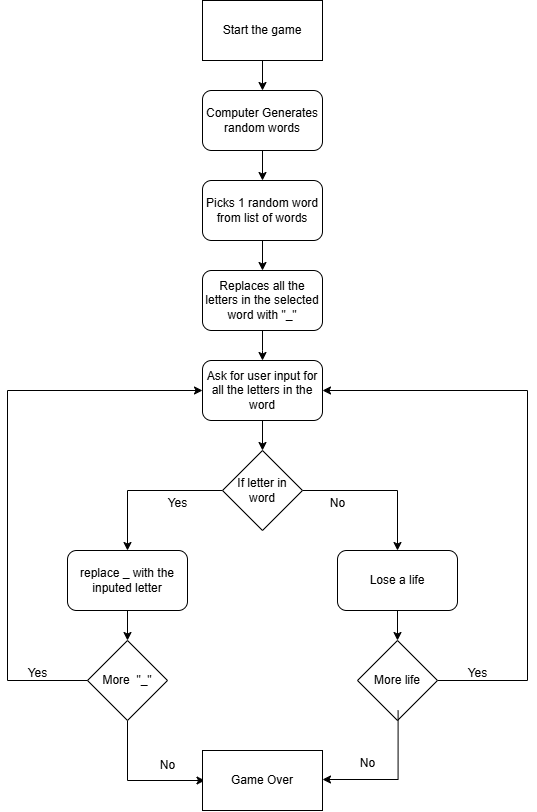
AnoopGeorge418/Python-Projects keeps this draw.io diagram as Hangman/Hangman.drawio.png. Above is the earlier version. Source tidied: cells renumbered, new cells last; positions are measured from the earlier drawing's top-left corner, leaving out a move shared by most shapes. Its diagram source:
```xml
<mxGraphModel>
  <root>
    <mxCell id="0" />
    <mxCell id="1" parent="0" />
    <mxCell id="2" style="edgeStyle=orthogonalEdgeStyle;rounded=0;jettySize=auto;html=1;" parent="1" edge="1" source="3" target="5">
      <mxGeometry relative="1" as="geometry" />
    </mxCell>
    <mxCell id="3" value="Start the game" style="rounded=0;whiteSpace=wrap;html=1;" parent="1" vertex="1">
      <mxGeometry x="195" width="120" height="60" as="geometry" />
    </mxCell>
    <mxCell id="4" style="edgeStyle=orthogonalEdgeStyle;rounded=0;jettySize=auto;html=1;" parent="1" edge="1" source="5" target="7">
      <mxGeometry relative="1" as="geometry" />
    </mxCell>
    <mxCell id="5" value="Computer Generates random words" style="rounded=1;whiteSpace=wrap;html=1;" parent="1" vertex="1">
      <mxGeometry x="195" y="90" width="120" height="60" as="geometry" />
    </mxCell>
    <mxCell id="6" style="edgeStyle=orthogonalEdgeStyle;rounded=0;jettySize=auto;html=1;" parent="1" edge="1" source="7" target="9">
      <mxGeometry relative="1" as="geometry" />
    </mxCell>
    <mxCell id="7" value="Picks 1 random word from list of words" style="rounded=1;whiteSpace=wrap;html=1;" parent="1" vertex="1">
      <mxGeometry x="195" y="180" width="120" height="60" as="geometry" />
    </mxCell>
    <mxCell id="8" style="edgeStyle=orthogonalEdgeStyle;rounded=0;jettySize=auto;html=1;" parent="1" edge="1" source="9">
      <mxGeometry relative="1" as="geometry">
        <mxPoint x="255" y="360" as="targetPoint" />
      </mxGeometry>
    </mxCell>
    <mxCell id="9" value="Replaces all the letters in the selected word with &quot;_&quot;" style="rounded=1;whiteSpace=wrap;html=1;" parent="1" vertex="1">
      <mxGeometry x="195" y="270" width="120" height="60" as="geometry" />
    </mxCell>
    <mxCell id="10" style="edgeStyle=orthogonalEdgeStyle;rounded=0;jettySize=auto;html=1;" parent="1" edge="1" source="11" target="14">
      <mxGeometry relative="1" as="geometry" />
    </mxCell>
    <mxCell id="11" value="Ask for user input for all the letters in the word" style="rounded=1;whiteSpace=wrap;html=1;" parent="1" vertex="1">
      <mxGeometry x="195" y="360" width="120" height="60" as="geometry" />
    </mxCell>
    <mxCell id="12" style="edgeStyle=orthogonalEdgeStyle;rounded=0;jettySize=auto;html=1;entryX=0.5;entryY=0;entryDx=0;entryDy=0;" parent="1" edge="1" source="14" target="16">
      <mxGeometry relative="1" as="geometry" />
    </mxCell>
    <mxCell id="13" style="edgeStyle=orthogonalEdgeStyle;rounded=0;jettySize=auto;html=1;entryX=0.5;entryY=0;entryDx=0;entryDy=0;" parent="1" edge="1" source="14" target="19">
      <mxGeometry relative="1" as="geometry" />
    </mxCell>
    <mxCell id="14" value="If letter in word" style="rhombus;whiteSpace=wrap;html=1;" parent="1" vertex="1">
      <mxGeometry x="215" y="450" width="80" height="80" as="geometry" />
    </mxCell>
    <mxCell id="15" style="edgeStyle=orthogonalEdgeStyle;rounded=0;jettySize=auto;html=1;" parent="1" edge="1" source="16" target="26">
      <mxGeometry relative="1" as="geometry" />
    </mxCell>
    <mxCell id="16" value="replace _ with the inputed letter" style="rounded=1;whiteSpace=wrap;html=1;" parent="1" vertex="1">
      <mxGeometry x="60" y="550" width="120" height="60" as="geometry" />
    </mxCell>
    <mxCell id="17" value="Yes" style="text;html=1;align=center;verticalAlign=middle;strokeColor=none;fillColor=none;" parent="1" vertex="1">
      <mxGeometry x="150" y="488" width="40" height="30" as="geometry" />
    </mxCell>
    <mxCell id="18" style="edgeStyle=orthogonalEdgeStyle;rounded=0;jettySize=auto;html=1;" parent="1" edge="1" source="19" target="22">
      <mxGeometry relative="1" as="geometry" />
    </mxCell>
    <mxCell id="19" value="Lose a life" style="rounded=1;whiteSpace=wrap;html=1;" parent="1" vertex="1">
      <mxGeometry x="330" y="550" width="120" height="60" as="geometry" />
    </mxCell>
    <mxCell id="20" value="No" style="text;html=1;align=center;verticalAlign=middle;strokeColor=none;fillColor=none;" parent="1" vertex="1">
      <mxGeometry x="310" y="488" width="40" height="30" as="geometry" />
    </mxCell>
    <mxCell id="21" style="edgeStyle=orthogonalEdgeStyle;rounded=0;jettySize=auto;html=1;entryX=1;entryY=0.5;entryDx=0;entryDy=0;exitX=1;exitY=0.5;exitDx=0;exitDy=0;" parent="1" edge="1" source="22" target="11">
      <mxGeometry relative="1" as="geometry">
        <Array as="points">
          <mxPoint x="520" y="680" />
          <mxPoint x="520" y="390" />
        </Array>
      </mxGeometry>
    </mxCell>
    <mxCell id="22" value="More life" style="rhombus;whiteSpace=wrap;html=1;" parent="1" vertex="1">
      <mxGeometry x="350" y="640" width="80" height="80" as="geometry" />
    </mxCell>
    <mxCell id="23" value="Yes" style="text;html=1;align=center;verticalAlign=middle;strokeColor=none;fillColor=none;" parent="1" vertex="1">
      <mxGeometry x="450" y="658" width="40" height="30" as="geometry" />
    </mxCell>
    <mxCell id="24" style="edgeStyle=orthogonalEdgeStyle;rounded=0;jettySize=auto;html=1;entryX=0;entryY=0.5;entryDx=0;entryDy=0;exitX=0.13;exitY=0.423;exitDx=0;exitDy=0;exitPerimeter=0;" parent="1" edge="1" source="26" target="11">
      <mxGeometry relative="1" as="geometry">
        <Array as="points">
          <mxPoint x="90" y="680" />
          <mxPoint y="680" />
          <mxPoint y="390" />
        </Array>
      </mxGeometry>
    </mxCell>
    <mxCell id="25" style="edgeStyle=orthogonalEdgeStyle;rounded=0;jettySize=auto;html=1;entryX=0;entryY=0.75;entryDx=0;entryDy=0;exitX=0.5;exitY=1;exitDx=0;exitDy=0;" parent="1" edge="1" source="26">
      <mxGeometry relative="1" as="geometry">
        <mxPoint x="197.5" y="780" as="targetPoint" />
        <Array as="points">
          <mxPoint x="120" y="780" />
        </Array>
      </mxGeometry>
    </mxCell>
    <mxCell id="26" value="More&amp;nbsp; &quot;_&quot;" style="rhombus;whiteSpace=wrap;html=1;" parent="1" vertex="1">
      <mxGeometry x="80" y="640" width="80" height="80" as="geometry" />
    </mxCell>
    <mxCell id="27" value="Yes" style="text;html=1;align=center;verticalAlign=middle;strokeColor=none;fillColor=none;" parent="1" vertex="1">
      <mxGeometry x="10" y="658" width="40" height="30" as="geometry" />
    </mxCell>
    <mxCell id="28" value="Game Over" style="rounded=0;whiteSpace=wrap;html=1;" parent="1" vertex="1">
      <mxGeometry x="195" y="750" width="120" height="60" as="geometry" />
    </mxCell>
    <mxCell id="29" value="No" style="text;html=1;align=center;verticalAlign=middle;strokeColor=none;fillColor=none;" parent="1" vertex="1">
      <mxGeometry x="140" y="750" width="40" height="30" as="geometry" />
    </mxCell>
    <mxCell id="30" style="edgeStyle=orthogonalEdgeStyle;rounded=0;orthogonalLoop=1;jettySize=auto;html=1;entryX=0.995;entryY=0.65;entryDx=0;entryDy=0;entryPerimeter=0;" parent="1" edge="1">
      <mxGeometry relative="1" as="geometry">
        <mxPoint x="390.6" y="710" as="sourcePoint" />
        <mxPoint x="315" y="779" as="targetPoint" />
        <Array as="points">
          <mxPoint x="390.6" y="779" />
        </Array>
      </mxGeometry>
    </mxCell>
    <mxCell id="31" value="No" style="text;html=1;align=center;verticalAlign=middle;strokeColor=none;fillColor=none;" parent="1" vertex="1">
      <mxGeometry x="340" y="748" width="40" height="30" as="geometry" />
    </mxCell>
  </root>
</mxGraphModel>
```
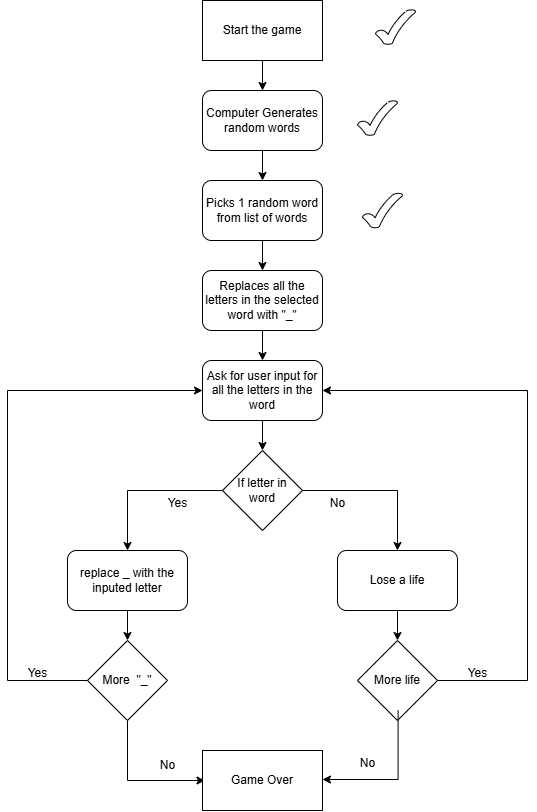
The same file after the commit.

The edit, as a diff of the source:
```diff
@@ -116,5 +116,14 @@
     <mxCell id="31" value="No" style="text;html=1;align=center;verticalAlign=middle;strokeColor=none;fillColor=none;" parent="1" vertex="1">
       <mxGeometry x="340" y="748" width="40" height="30" as="geometry" />
     </mxCell>
+    <mxCell id="32" style="verticalLabelPosition=bottom;verticalAlign=top;html=1;shape=mxgraph.basic.tick;" parent="1" vertex="1">
+      <mxGeometry x="368" y="9" width="40" height="35" as="geometry" />
+    </mxCell>
+    <mxCell id="33" style="verticalLabelPosition=bottom;verticalAlign=top;html=1;shape=mxgraph.basic.tick;" parent="1" vertex="1">
+      <mxGeometry x="350" y="100" width="40" height="35" as="geometry" />
+    </mxCell>
+    <mxCell id="34" style="verticalLabelPosition=bottom;verticalAlign=top;html=1;shape=mxgraph.basic.tick;" parent="1" vertex="1">
+      <mxGeometry x="355" y="192.5" width="40" height="35" as="geometry" />
+    </mxCell>
   </root>
 </mxGraphModel>
```
